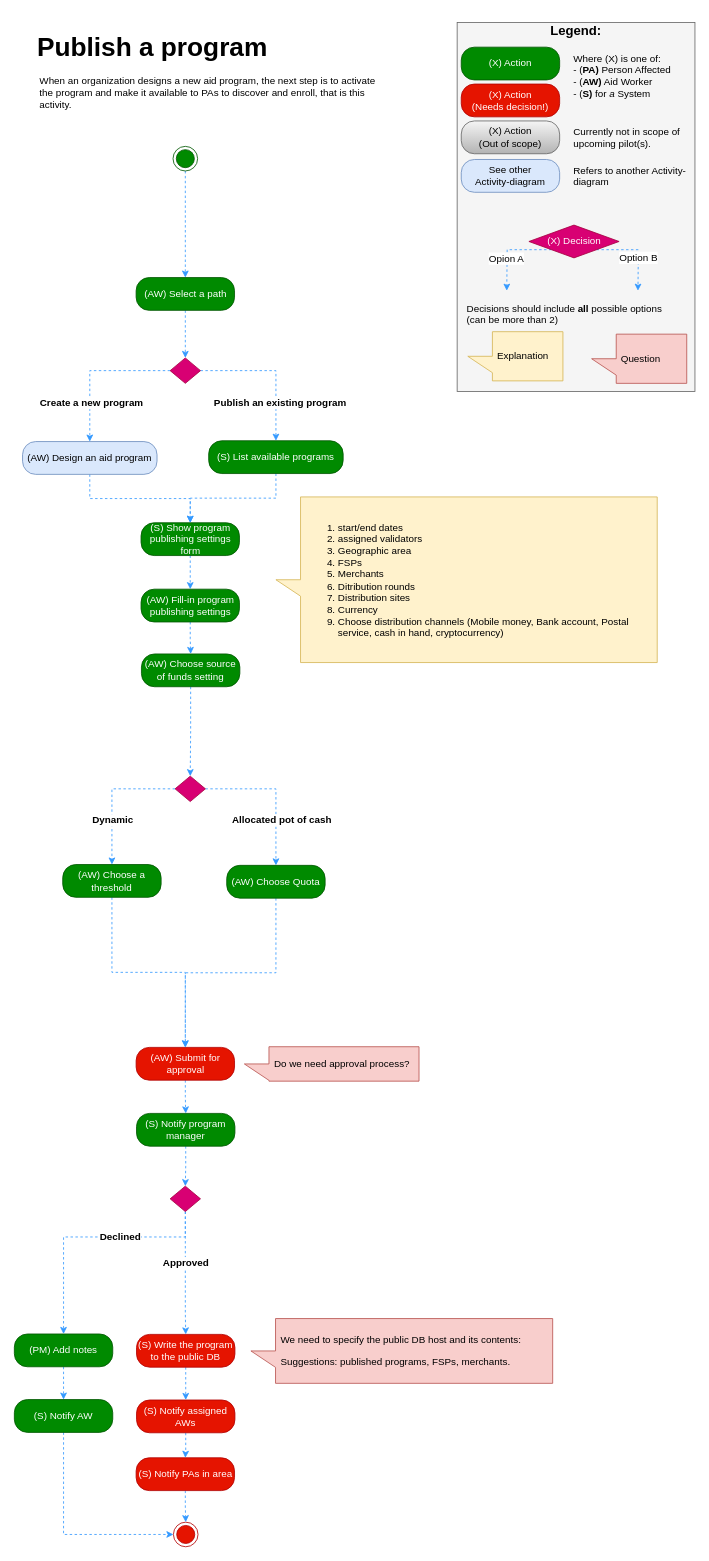
The draw.io diagram Activity Diagrams/Publish a program activity.drawio in nsward/diagrams, before the edit. Source tidied: cells renumbered, new cells numbered last; positions are measured from the earlier drawing's top-left corner, leaving out a move shared by most shapes. Both pictures are drawn from the tidied source at 82%, with x=0, y=0 at pixel (14, 14).
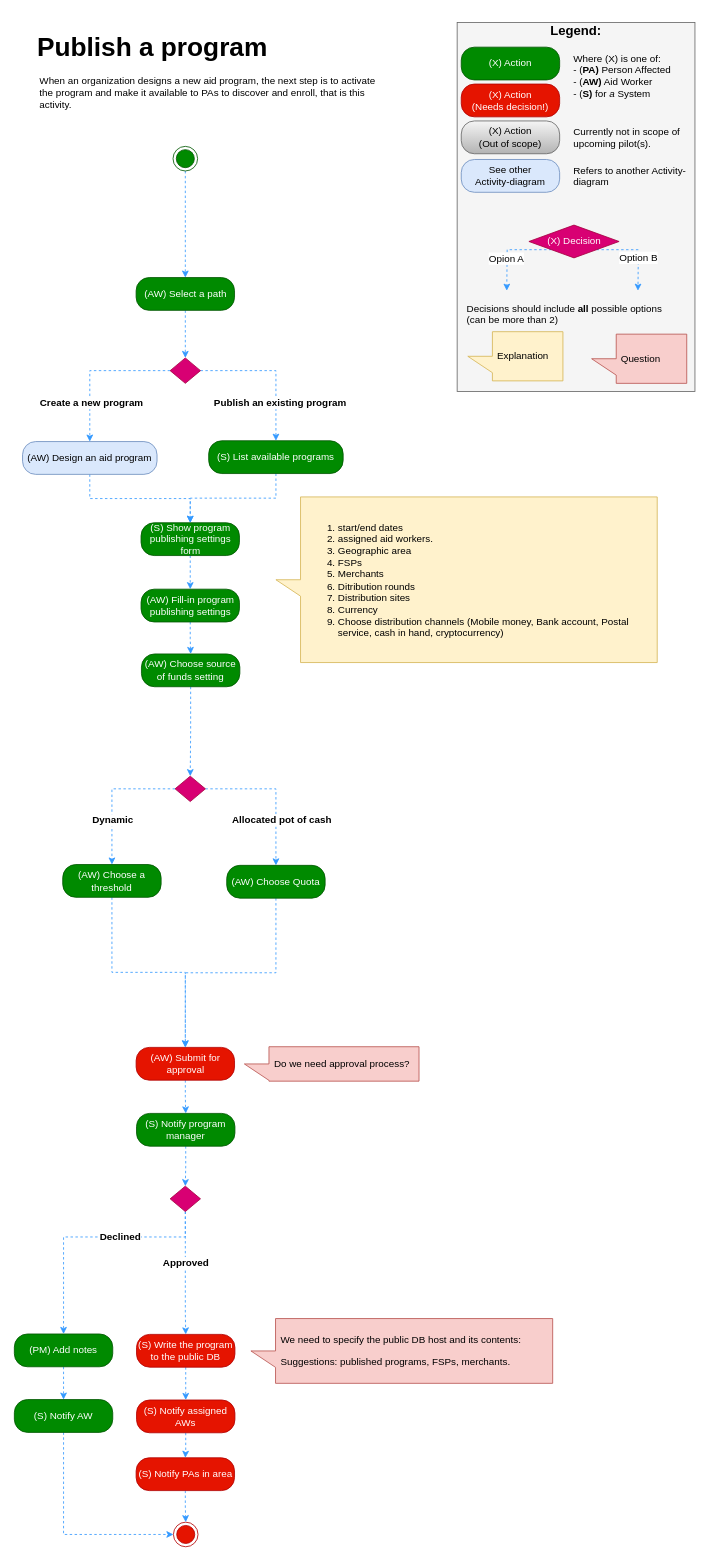
Above is the later version.

Commit message:
Dorcas review

The edit, as a diff of the source:
```diff
@@
-    <mxCell id="52" value="&lt;p&gt;&lt;/p&gt;&lt;ol&gt;&lt;li&gt;start/end dates&lt;/li&gt;&lt;li&gt;assigned validators&lt;/li&gt;&lt;li&gt;Geographic area&lt;/li&gt;&lt;li&gt;FSPs&lt;/li&gt;&lt;li&gt;Merchants&lt;/li&gt;&lt;li&gt;Ditribution rounds&lt;/li&gt;&lt;li&gt;Distribution sites&lt;/li&gt;&lt;li&gt;Currency&lt;/li&gt;&lt;li&gt;Choose distribution channels (Mobile money, Bank account, Postal service, cash in hand, cryptocurrency)&lt;/li&gt;&lt;/ol&gt;&lt;p&gt;&lt;/p&gt;" style="shape=callout;whiteSpace=wrap;html=1;perimeter=calloutPerimeter;fillColor=#fff2cc;fontSize=12;align=left;strokeColor=#d6b656;spacingLeft=4;direction=south;" parent="1" vertex="1">
+    <mxCell id="52" value="&lt;p&gt;&lt;/p&gt;&lt;ol&gt;&lt;li&gt;start/end dates&lt;/li&gt;&lt;li&gt;assigned aid workers.&lt;/li&gt;&lt;li&gt;Geographic area&lt;/li&gt;&lt;li&gt;FSPs&lt;/li&gt;&lt;li&gt;Merchants&lt;/li&gt;&lt;li&gt;Ditribution rounds&lt;/li&gt;&lt;li&gt;Distribution sites&lt;/li&gt;&lt;li&gt;Currency&lt;/li&gt;&lt;li&gt;Choose distribution channels (Mobile money, Bank account, Postal service, cash in hand, cryptocurrency)&lt;/li&gt;&lt;/ol&gt;&lt;p&gt;&lt;/p&gt;" style="shape=callout;whiteSpace=wrap;html=1;perimeter=calloutPerimeter;fillColor=#fff2cc;fontSize=12;align=left;strokeColor=#d6b656;spacingLeft=4;direction=south;" parent="1" vertex="1">
       <mxGeometry x="319" y="588.5" width="465" height="202" as="geometry" />
     </mxCell>
```
